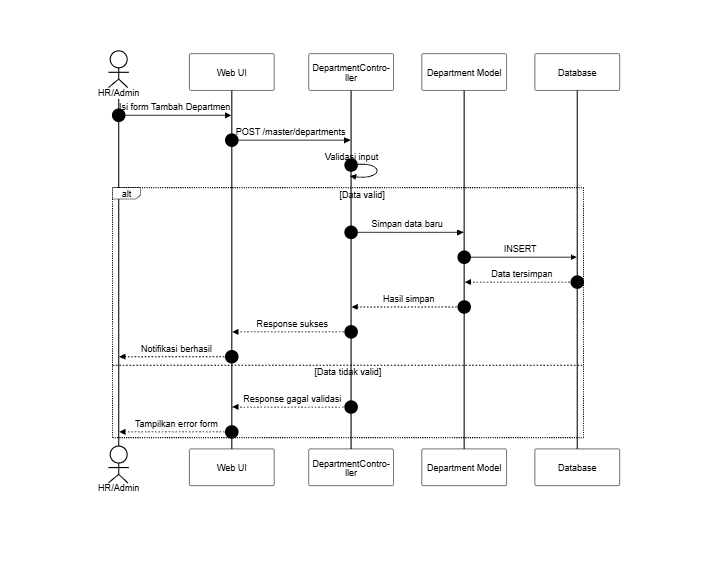
Earlier version of the Mermaid export docs/SequenceDiagram/PNG_Transparent/MasterDataDepartmen-TambahDepartmen.png (SulaimanHafi23/SimpegRSHDI). Its source is kept beside it as docs/SequenceDiagram/MasterDataDepartmen-TambahDepartmen.mermaid.
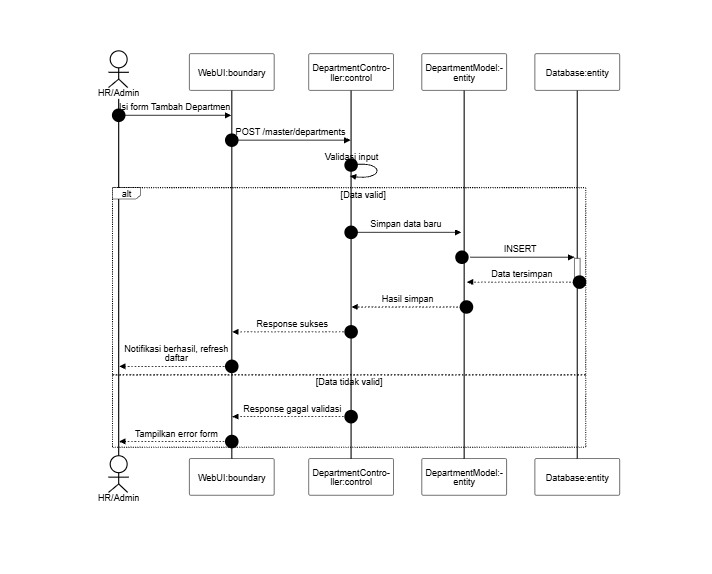
Above is the later version.

The edit, as a diff of the source:
```diff
@@ -2,22 +2,22 @@
 sequenceDiagram
     autonumber
     actor A as HR/Admin
-    participant UI as Web UI
-    participant C as DepartmentController
-    participant M as Department Model
-    participant DB as Database
+    participant UI as Web UI :boundary
+    participant C as DepartmentController :control
+    participant M as Department Model :entity
+    participant DB as Database :entity
 
-    A->>UI: Isi form Tambah Departmen
-    UI->>C: POST /master/departments
+    A->>+UI: Isi form Tambah Departmen
+    UI->>+C: POST /master/departments
     C->>C: Validasi input
     alt Data valid
-        C->>M: Simpan data baru
-        M->>DB: INSERT
-        DB-->>M: Data tersimpan
-        M-->>C: Hasil simpan
-        C-->>UI: Response sukses
-        UI-->>A: Notifikasi berhasil
+        C->>+M: Simpan data baru
+        M->>+DB: INSERT
+        DB-->>-M: Data tersimpan
+        M-->>-C: Hasil simpan
+        C-->>-UI: Response sukses
+        UI-->>-A: Notifikasi berhasil
     else Data tidak valid
-        C-->>UI: Response gagal validasi
-        UI-->>A: Tampilkan error form
+        C-->>+UI: Response gagal validasi
+        UI-->>-A: Tampilkan error form
     end
```
